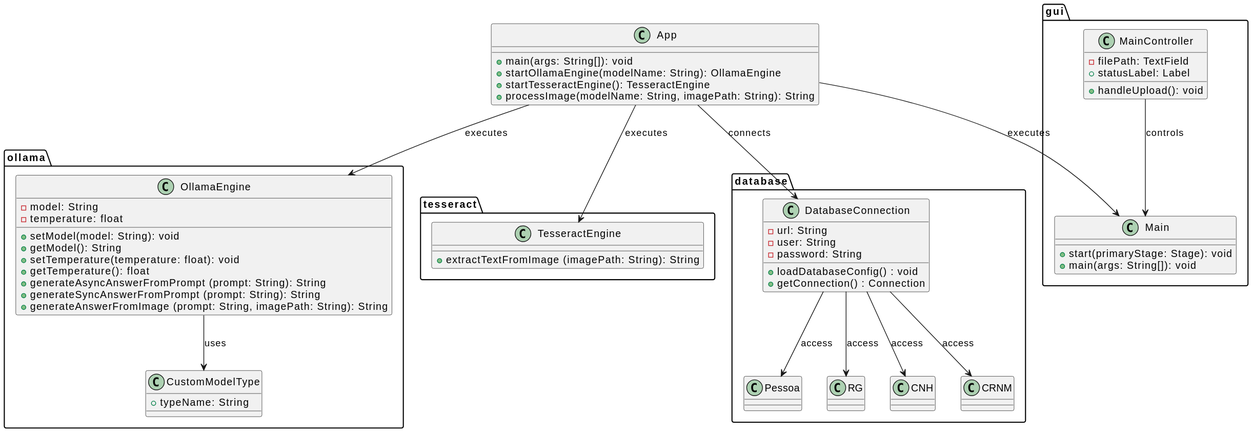
Titus-System/2semestre-ADS keeps this PlantUML diagram as docs/uml.svg. Above is the earlier version. Source of this version:
```plantuml
@startuml
class App {
    + main(args: String[]): void
    + startOllamaEngine(modelName: String): OllamaEngine
    + startTesseractEngine(): TesseractEngine
    + processImage(modelName: String, imagePath: String): String
}

package gui {
    class Main {
        + start(primaryStage: Stage): void
        + main(args: String[]): void
    }

    class MainController {
        - filePath: TextField
        + statusLabel: Label
        + handleUpload(): void
    }

    MainController --> Main : controls
}

package ollama {
    class CustomModelType {
        + typeName: String
    }

    class OllamaEngine {
        - model: String
        - temperature: float
        + setModel(model: String): void
        + getModel(): String
        + setTemperature(temperature: float): void
        + getTemperature(): float
        + generateAsyncAnswerFromPrompt (prompt: String): String
        + generateSyncAnswerFromPrompt (prompt: String): String
        + generateAnswerFromImage (prompt: String, imagePath: String): String
    }

    OllamaEngine --> CustomModelType : uses
}

package tesseract {
    class TesseractEngine {
        + extractTextFromImage (imagePath: String): String
    }
}

package database {
    class DatabaseConnection {
        - url: String
        - user: String
        - password: String
        + loadDatabaseConfig() : void
        + getConnection() : Connection
    }

    Class Pessoa {

    }

    class RG {

    }

    class CNH {

    }

    class CRNM {

    }

    DatabaseConnection --> Pessoa : access
    DatabaseConnection --> RG : access
    DatabaseConnection --> CNH : access
    DatabaseConnection --> CRNM : access

}

App --> OllamaEngine : executes
App --> TesseractEngine : executes
App --> Main : executes
App --> DatabaseConnection : connects
@enduml
```
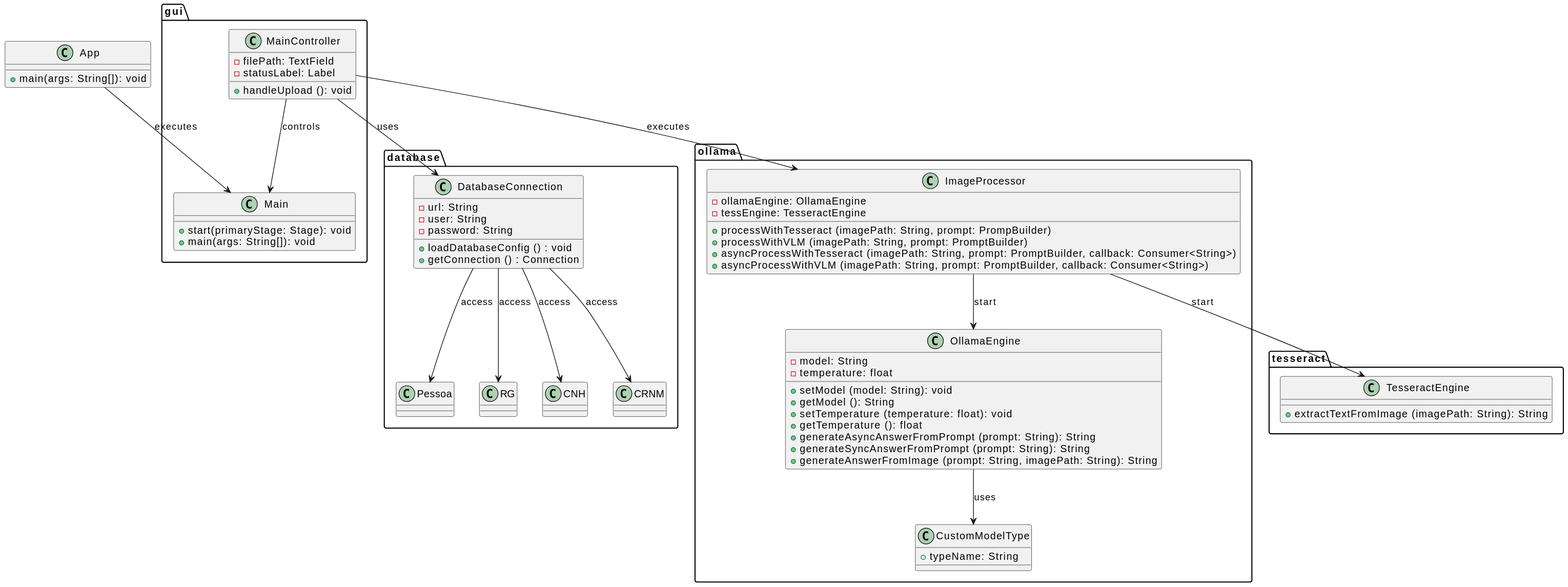
Above is the later version.

Commit message:
docs(uml): atualização diagrama de classes

Change to the diagram source:
```diff
@@ -1,9 +1,6 @@
 @startuml
 class App {
     + main(args: String[]): void
-    + startOllamaEngine(modelName: String): OllamaEngine
-    + startTesseractEngine(): TesseractEngine
-    + processImage(modelName: String, imagePath: String): String
 }
 
 package gui {
@@ -14,8 +11,8 @@
 
     class MainController {
         - filePath: TextField
-        + statusLabel: Label
-        + handleUpload(): void
+        - statusLabel: Label
+        + handleUpload (): void
     }
 
     MainController --> Main : controls
@@ -29,15 +26,25 @@
     class OllamaEngine {
         - model: String
         - temperature: float
-        + setModel(model: String): void
-        + getModel(): String
-        + setTemperature(temperature: float): void
-        + getTemperature(): float
+        + setModel (model: String): void
+        + getModel (): String
+        + setTemperature (temperature: float): void
+        + getTemperature (): float
         + generateAsyncAnswerFromPrompt (prompt: String): String
         + generateSyncAnswerFromPrompt (prompt: String): String
         + generateAnswerFromImage (prompt: String, imagePath: String): String
     }
 
+    class ImageProcessor {
+        - ollamaEngine: OllamaEngine
+        - tessEngine: TesseractEngine
+        + processWithTesseract (imagePath: String, prompt: PrompBuilder)
+        + processWithVLM (imagePath: String, prompt: PromptBuilder)
+        + asyncProcessWithTesseract (imagePath: String, prompt: PromptBuilder, callback: Consumer<String>)
+        + asyncProcessWithVLM (imagePath: String, prompt: PromptBuilder, callback: Consumer<String>)
+    }
+
+    ImageProcessor --> OllamaEngine: start
     OllamaEngine --> CustomModelType : uses
 }
 
@@ -52,8 +59,8 @@
         - url: String
         - user: String
         - password: String
-        + loadDatabaseConfig() : void
-        + getConnection() : Connection
+        + loadDatabaseConfig () : void
+        + getConnection () : Connection
     }
 
     Class Pessoa {
@@ -79,8 +86,8 @@
 
 }
 
-App --> OllamaEngine : executes
-App --> TesseractEngine : executes
+MainController --> ImageProcessor: executes
+MainController --> DatabaseConnection: uses
+ImageProcessor --> TesseractEngine: start
 App --> Main : executes
-App --> DatabaseConnection : connects
 @enduml
```
